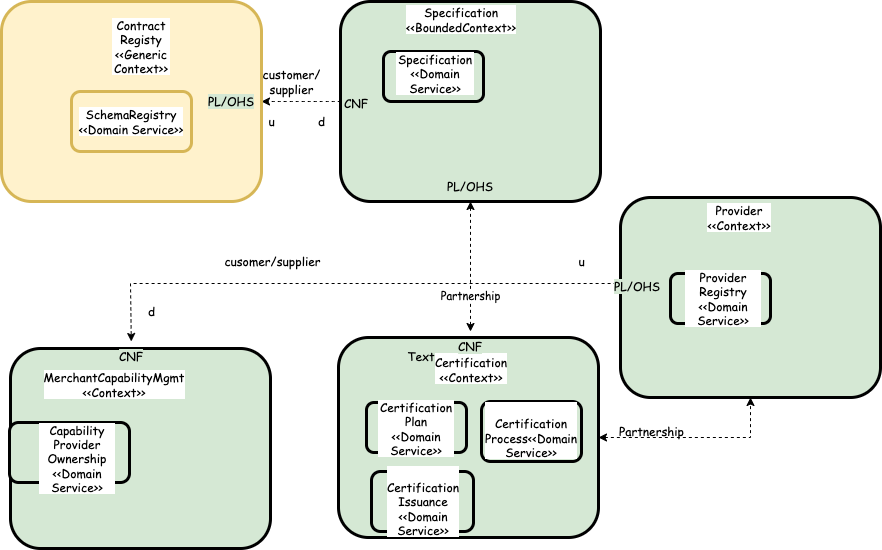
Earlier version of the draw.io export Hubble-Project-Notes/images/02-hubble-context.png (cb-manick/hubble). Source tidied: cells renumbered, new cells last; positions are measured from the earlier drawing's top-left corner, leaving out a move shared by most shapes.
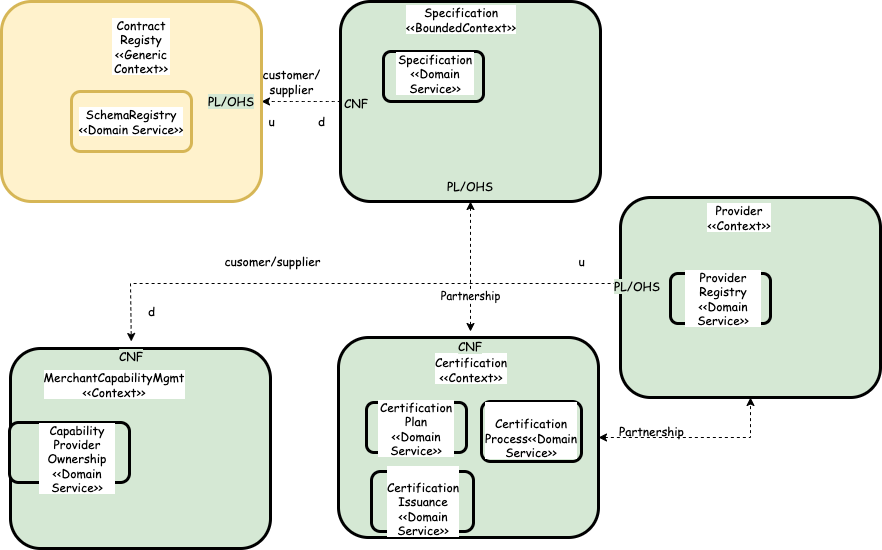
After the commit.

The edit, as a diff of the source:
```diff
@@ -132,9 +132,6 @@
     <mxCell id="43" value="PL/OHS" style="text;html=1;strokeColor=none;fillColor=none;align=center;verticalAlign=middle;whiteSpace=wrap;rounded=0;labelBackgroundColor=#D5E8D4;fontFamily=Comic Sans MS;fontColor=#000000;" parent="1" vertex="1">
       <mxGeometry x="606" y="270" width="60" height="30" as="geometry" />
     </mxCell>
-    <mxCell id="44" value="Text" style="text;html=1;strokeColor=none;fillColor=none;align=center;verticalAlign=middle;whiteSpace=wrap;rounded=0;labelBackgroundColor=#D5E8D4;fontFamily=Comic Sans MS;fontColor=#000000;" parent="1" vertex="1">
-      <mxGeometry x="390" y="340" width="60" height="30" as="geometry" />
-    </mxCell>
     <mxCell id="45" value="CNF" style="text;html=1;strokeColor=none;fillColor=none;align=center;verticalAlign=middle;whiteSpace=wrap;rounded=0;labelBackgroundColor=#D5E8D4;fontFamily=Comic Sans MS;fontColor=#000000;" parent="1" vertex="1">
       <mxGeometry x="100" y="340" width="60" height="30" as="geometry" />
     </mxCell>
```
